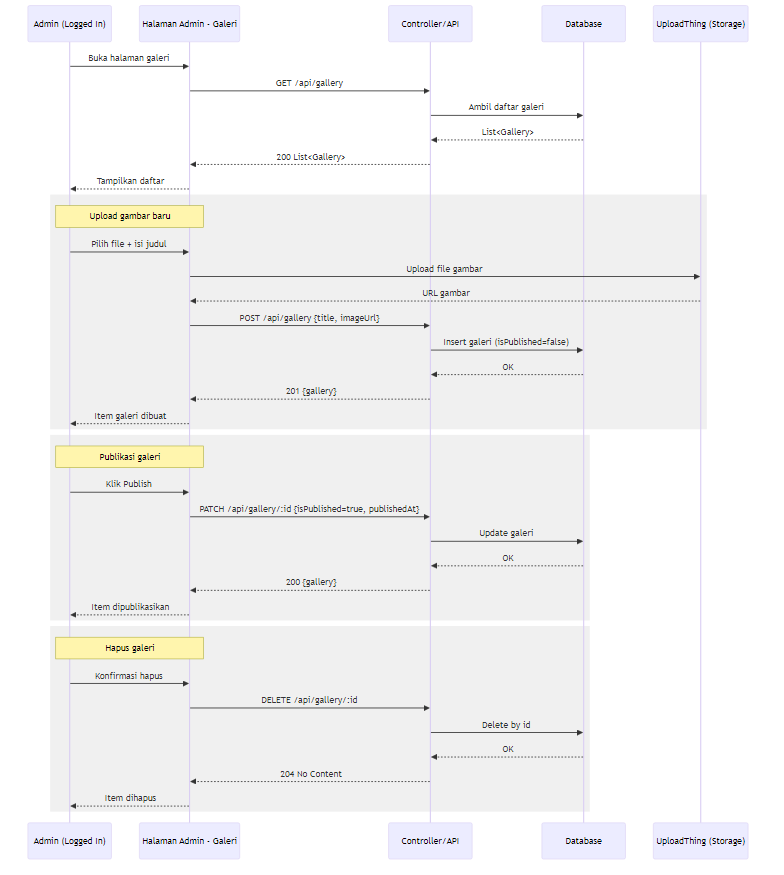
This is public/diagrams/seq_manajemen_galeri.png from QilAqil/PPTB_BQ, a Mermaid export, as it was before one commit. Its source is kept beside it as diagrams/seq_manajemen_galeri.mmd. Source of this version:
```mermaid
sequenceDiagram
  participant A as Admin (Logged In)
  participant UI as Halaman Admin - Galeri
  participant API as Controller/API
  participant DB as Database
  participant UTH as UploadThing (Storage)

  A->>UI: Buka halaman galeri
  UI->>API: GET /api/gallery
  API->>DB: Ambil daftar galeri
  DB-->>API: List<Gallery>
  API-->>UI: 200 List<Gallery>
  UI-->>A: Tampilkan daftar

  rect rgb(240,240,240)
    note over A,UI: Upload gambar baru
    A->>UI: Pilih file + isi judul
    UI->>UTH: Upload file gambar
    UTH-->>UI: URL gambar
    UI->>API: POST /api/gallery {title, imageUrl}
    API->>DB: Insert galeri (isPublished=false)
    DB-->>API: OK
    API-->>UI: 201 {gallery}
    UI-->>A: Item galeri dibuat
  end

  rect rgb(240,240,240)
    note over A,UI: Publikasi galeri
    A->>UI: Klik Publish
    UI->>API: PATCH /api/gallery/:id {isPublished=true, publishedAt}
    API->>DB: Update galeri
    DB-->>API: OK
    API-->>UI: 200 {gallery}
    UI-->>A: Item dipublikasikan
  end

  rect rgb(240,240,240)
    note over A,UI: Hapus galeri
    A->>UI: Konfirmasi hapus
    UI->>API: DELETE /api/gallery/:id
    API->>DB: Delete by id
    DB-->>API: OK
    API-->>UI: 204 No Content
    UI-->>A: Item dihapus
  end
```
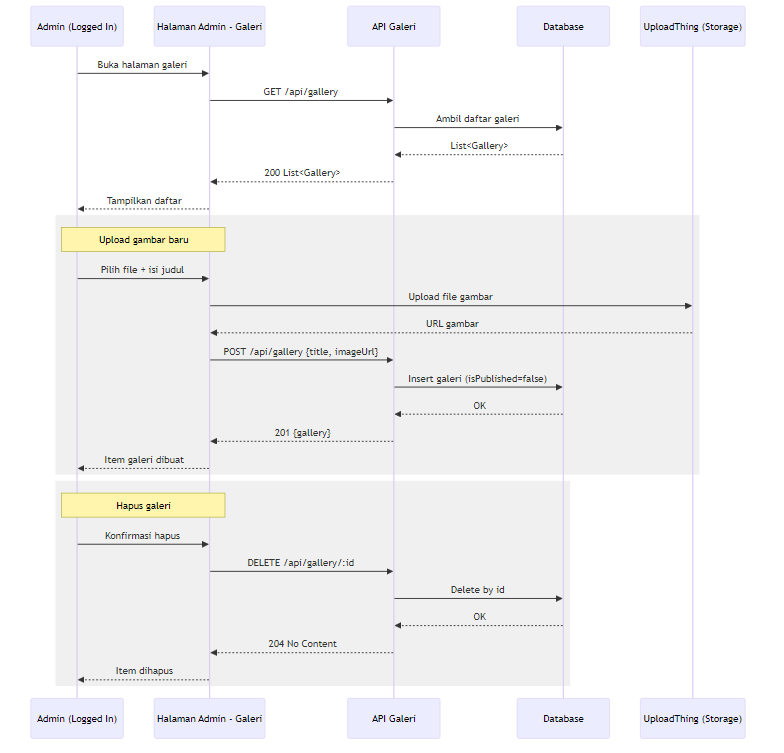
After the change.

Diff of the diagram source:
```diff
@@ -1,7 +1,7 @@
 sequenceDiagram
   participant A as Admin (Logged In)
   participant UI as Halaman Admin - Galeri
-  participant API as Controller/API
+  participant API as API Galeri
   participant DB as Database
   participant UTH as UploadThing (Storage)
 
@@ -25,16 +25,6 @@
   end
 
   rect rgb(240,240,240)
-    note over A,UI: Publikasi galeri
-    A->>UI: Klik Publish
-    UI->>API: PATCH /api/gallery/:id {isPublished=true, publishedAt}
-    API->>DB: Update galeri
-    DB-->>API: OK
-    API-->>UI: 200 {gallery}
-    UI-->>A: Item dipublikasikan
-  end
-
-  rect rgb(240,240,240)
     note over A,UI: Hapus galeri
     A->>UI: Konfirmasi hapus
     UI->>API: DELETE /api/gallery/:id
```
